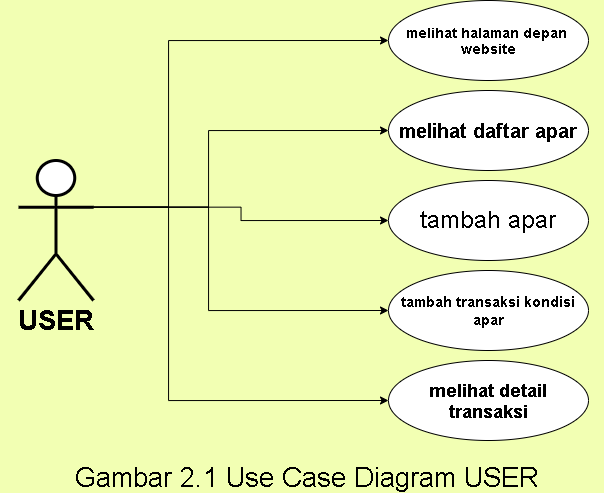
MHDHASBY1980/webapps keeps this draw.io diagram as Untitled Diagram.png. Above is the earlier version. Source tidied: cells renumbered, new cells last; positions are measured from the earlier drawing's top-left corner, leaving out a move shared by most shapes. Its diagram source:
```xml
<mxGraphModel background="#F2FFB3">
  <root>
    <mxCell id="0" />
    <mxCell id="1" parent="0" />
    <mxCell id="2" style="edgeStyle=orthogonalEdgeStyle;rounded=0;jettySize=auto;html=1;exitX=1;exitY=0.3333333333333333;exitDx=0;exitDy=0;exitPerimeter=0;entryX=0;entryY=0.5;entryDx=0;entryDy=0;fontColor=none;" parent="1" edge="1" source="7" target="9">
      <mxGeometry relative="1" as="geometry">
        <Array as="points">
          <mxPoint x="168" y="207" />
          <mxPoint x="168" y="40" />
        </Array>
      </mxGeometry>
    </mxCell>
    <mxCell id="3" style="edgeStyle=orthogonalEdgeStyle;rounded=0;jettySize=auto;html=1;exitX=1;exitY=0.3333333333333333;exitDx=0;exitDy=0;exitPerimeter=0;entryX=0;entryY=0.5;entryDx=0;entryDy=0;fontColor=none;" parent="1" edge="1" source="7" target="10">
      <mxGeometry relative="1" as="geometry">
        <Array as="points">
          <mxPoint x="208" y="207" />
          <mxPoint x="208" y="130" />
        </Array>
      </mxGeometry>
    </mxCell>
    <mxCell id="4" style="edgeStyle=orthogonalEdgeStyle;rounded=0;jettySize=auto;html=1;exitX=1;exitY=0.3333333333333333;exitDx=0;exitDy=0;exitPerimeter=0;entryX=0;entryY=0.5;entryDx=0;entryDy=0;fontColor=none;" parent="1" edge="1" source="7" target="11">
      <mxGeometry relative="1" as="geometry" />
    </mxCell>
    <mxCell id="5" style="edgeStyle=orthogonalEdgeStyle;rounded=0;jettySize=auto;html=1;exitX=1;exitY=0.3333333333333333;exitDx=0;exitDy=0;exitPerimeter=0;entryX=0;entryY=0.5;entryDx=0;entryDy=0;fontColor=none;" parent="1" edge="1" source="7" target="12">
      <mxGeometry relative="1" as="geometry">
        <Array as="points">
          <mxPoint x="208" y="207" />
          <mxPoint x="208" y="310" />
        </Array>
      </mxGeometry>
    </mxCell>
    <mxCell id="6" style="edgeStyle=orthogonalEdgeStyle;rounded=0;jettySize=auto;html=1;exitX=1;exitY=0.3333333333333333;exitDx=0;exitDy=0;exitPerimeter=0;entryX=0;entryY=0.5;entryDx=0;entryDy=0;fontColor=none;" parent="1" edge="1" source="7" target="13">
      <mxGeometry relative="1" as="geometry">
        <Array as="points">
          <mxPoint x="168" y="207" />
          <mxPoint x="168" y="400" />
        </Array>
      </mxGeometry>
    </mxCell>
    <mxCell id="7" value="Actor" style="shape=umlActor;verticalLabelPosition=bottom;verticalAlign=top;html=1;outlineConnect=0;labelBackgroundColor=none;fontStyle=0;noLabel=1;fontColor=none;strokeWidth=3;" parent="1" vertex="1">
      <mxGeometry x="18" y="160" width="75" height="140" as="geometry" />
    </mxCell>
    <mxCell id="8" value="USER" style="text;html=1;strokeColor=none;fillColor=none;align=center;verticalAlign=middle;whiteSpace=wrap;rounded=0;labelBackgroundColor=none;fontColor=none;fontStyle=1;fontSize=27;" parent="1" vertex="1">
      <mxGeometry x="0.5" y="300" width="110" height="40" as="geometry" />
    </mxCell>
    <mxCell id="9" value="melihat halaman depan &lt;br&gt;website" style="ellipse;whiteSpace=wrap;html=1;labelBackgroundColor=none;fontColor=none;fontSize=14;fontStyle=1;" parent="1" vertex="1">
      <mxGeometry x="388" width="200" height="80" as="geometry" />
    </mxCell>
    <mxCell id="10" value="melihat daftar apar" style="ellipse;whiteSpace=wrap;html=1;labelBackgroundColor=none;fontColor=none;fontSize=20;fontStyle=1;" parent="1" vertex="1">
      <mxGeometry x="388" y="90" width="200" height="80" as="geometry" />
    </mxCell>
    <mxCell id="11" value="&lt;font style=&quot;font-size: 24px&quot;&gt;tambah apar&lt;/font&gt;" style="ellipse;whiteSpace=wrap;html=1;labelBackgroundColor=none;fontColor=none;" parent="1" vertex="1">
      <mxGeometry x="388" y="180" width="200" height="80" as="geometry" />
    </mxCell>
    <mxCell id="12" value="tambah transaksi kondisi apar" style="ellipse;whiteSpace=wrap;html=1;labelBackgroundColor=none;fontColor=none;fontSize=15;fontStyle=1;" parent="1" vertex="1">
      <mxGeometry x="388" y="270" width="200" height="80" as="geometry" />
    </mxCell>
    <mxCell id="13" value="melihat detail transaksi" style="ellipse;whiteSpace=wrap;html=1;labelBackgroundColor=none;fontColor=none;fontSize=18;fontStyle=1;" parent="1" vertex="1">
      <mxGeometry x="388" y="360" width="200" height="80" as="geometry" />
    </mxCell>
    <mxCell id="14" value="Gambar 2.1 Use Case Diagram USER&amp;nbsp;" style="text;html=1;strokeColor=none;fillColor=none;align=center;verticalAlign=middle;whiteSpace=wrap;rounded=0;labelBackgroundColor=none;fontSize=27;fontColor=none;" parent="1" vertex="1">
      <mxGeometry x="18" y="466" width="585" height="20" as="geometry" />
    </mxCell>
  </root>
</mxGraphModel>
```
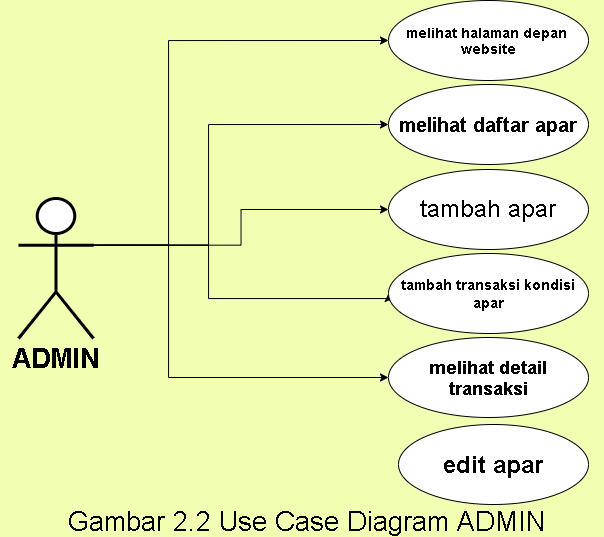
After the commit.

Diff of the diagram source:
```diff
@@ -6,7 +6,7 @@
       <mxGeometry relative="1" as="geometry">
         <Array as="points">
           <mxPoint x="168" y="207" />
-          <mxPoint x="168" y="40" />
+          <mxPoint x="168" y="2" />
         </Array>
       </mxGeometry>
     </mxCell>
@@ -14,7 +14,7 @@
       <mxGeometry relative="1" as="geometry">
         <Array as="points">
           <mxPoint x="208" y="207" />
-          <mxPoint x="208" y="130" />
+          <mxPoint x="208" y="86" />
         </Array>
       </mxGeometry>
     </mxCell>
@@ -25,7 +25,8 @@
       <mxGeometry relative="1" as="geometry">
         <Array as="points">
           <mxPoint x="208" y="207" />
-          <mxPoint x="208" y="310" />
+          <mxPoint x="208" y="260" />
+          <mxPoint x="388" y="260" />
         </Array>
       </mxGeometry>
     </mxCell>
@@ -33,33 +34,36 @@
       <mxGeometry relative="1" as="geometry">
         <Array as="points">
           <mxPoint x="168" y="207" />
-          <mxPoint x="168" y="400" />
+          <mxPoint x="168" y="339" />
         </Array>
       </mxGeometry>
     </mxCell>
     <mxCell id="7" value="Actor" style="shape=umlActor;verticalLabelPosition=bottom;verticalAlign=top;html=1;outlineConnect=0;labelBackgroundColor=none;fontStyle=0;noLabel=1;fontColor=none;strokeWidth=3;" parent="1" vertex="1">
       <mxGeometry x="18" y="160" width="75" height="140" as="geometry" />
     </mxCell>
-    <mxCell id="8" value="USER" style="text;html=1;strokeColor=none;fillColor=none;align=center;verticalAlign=middle;whiteSpace=wrap;rounded=0;labelBackgroundColor=none;fontColor=none;fontStyle=1;fontSize=27;" parent="1" vertex="1">
+    <mxCell id="8" value="ADMIN" style="text;html=1;strokeColor=none;fillColor=none;align=center;verticalAlign=middle;whiteSpace=wrap;rounded=0;labelBackgroundColor=none;fontColor=none;fontStyle=1;fontSize=27;" parent="1" vertex="1">
       <mxGeometry x="0.5" y="300" width="110" height="40" as="geometry" />
     </mxCell>
     <mxCell id="9" value="melihat halaman depan &lt;br&gt;website" style="ellipse;whiteSpace=wrap;html=1;labelBackgroundColor=none;fontColor=none;fontSize=14;fontStyle=1;" parent="1" vertex="1">
-      <mxGeometry x="388" width="200" height="80" as="geometry" />
+      <mxGeometry x="388" y="-38" width="200" height="80" as="geometry" />
     </mxCell>
     <mxCell id="10" value="melihat daftar apar" style="ellipse;whiteSpace=wrap;html=1;labelBackgroundColor=none;fontColor=none;fontSize=20;fontStyle=1;" parent="1" vertex="1">
-      <mxGeometry x="388" y="90" width="200" height="80" as="geometry" />
+      <mxGeometry x="388" y="46" width="200" height="80" as="geometry" />
     </mxCell>
     <mxCell id="11" value="&lt;font style=&quot;font-size: 24px&quot;&gt;tambah apar&lt;/font&gt;" style="ellipse;whiteSpace=wrap;html=1;labelBackgroundColor=none;fontColor=none;" parent="1" vertex="1">
-      <mxGeometry x="388" y="180" width="200" height="80" as="geometry" />
+      <mxGeometry x="388" y="131" width="200" height="80" as="geometry" />
     </mxCell>
     <mxCell id="12" value="tambah transaksi kondisi apar" style="ellipse;whiteSpace=wrap;html=1;labelBackgroundColor=none;fontColor=none;fontSize=15;fontStyle=1;" parent="1" vertex="1">
-      <mxGeometry x="388" y="270" width="200" height="80" as="geometry" />
+      <mxGeometry x="388" y="215" width="200" height="80" as="geometry" />
     </mxCell>
     <mxCell id="13" value="melihat detail transaksi" style="ellipse;whiteSpace=wrap;html=1;labelBackgroundColor=none;fontColor=none;fontSize=18;fontStyle=1;" parent="1" vertex="1">
-      <mxGeometry x="388" y="360" width="200" height="80" as="geometry" />
+      <mxGeometry x="388" y="299" width="200" height="80" as="geometry" />
     </mxCell>
-    <mxCell id="14" value="Gambar 2.1 Use Case Diagram USER&amp;nbsp;" style="text;html=1;strokeColor=none;fillColor=none;align=center;verticalAlign=middle;whiteSpace=wrap;rounded=0;labelBackgroundColor=none;fontSize=27;fontColor=none;" parent="1" vertex="1">
-      <mxGeometry x="18" y="466" width="585" height="20" as="geometry" />
+    <mxCell id="14" value="Gambar 2.2 Use Case Diagram ADMIN&amp;nbsp;" style="text;html=1;strokeColor=none;fillColor=none;align=center;verticalAlign=middle;whiteSpace=wrap;rounded=0;labelBackgroundColor=none;fontSize=27;fontColor=none;" parent="1" vertex="1">
+      <mxGeometry x="18" y="472" width="585" height="20" as="geometry" />
     </mxCell>
+    <mxCell id="15" value="edit apar" style="ellipse;whiteSpace=wrap;html=1;labelBackgroundColor=none;fontSize=24;fontColor=none;strokeWidth=1;gradientColor=none;fontStyle=1;" parent="1" vertex="1">
+      <mxGeometry x="398" y="386" width="190" height="80" as="geometry" />
+    </mxCell>
   </root>
 </mxGraphModel>
```
